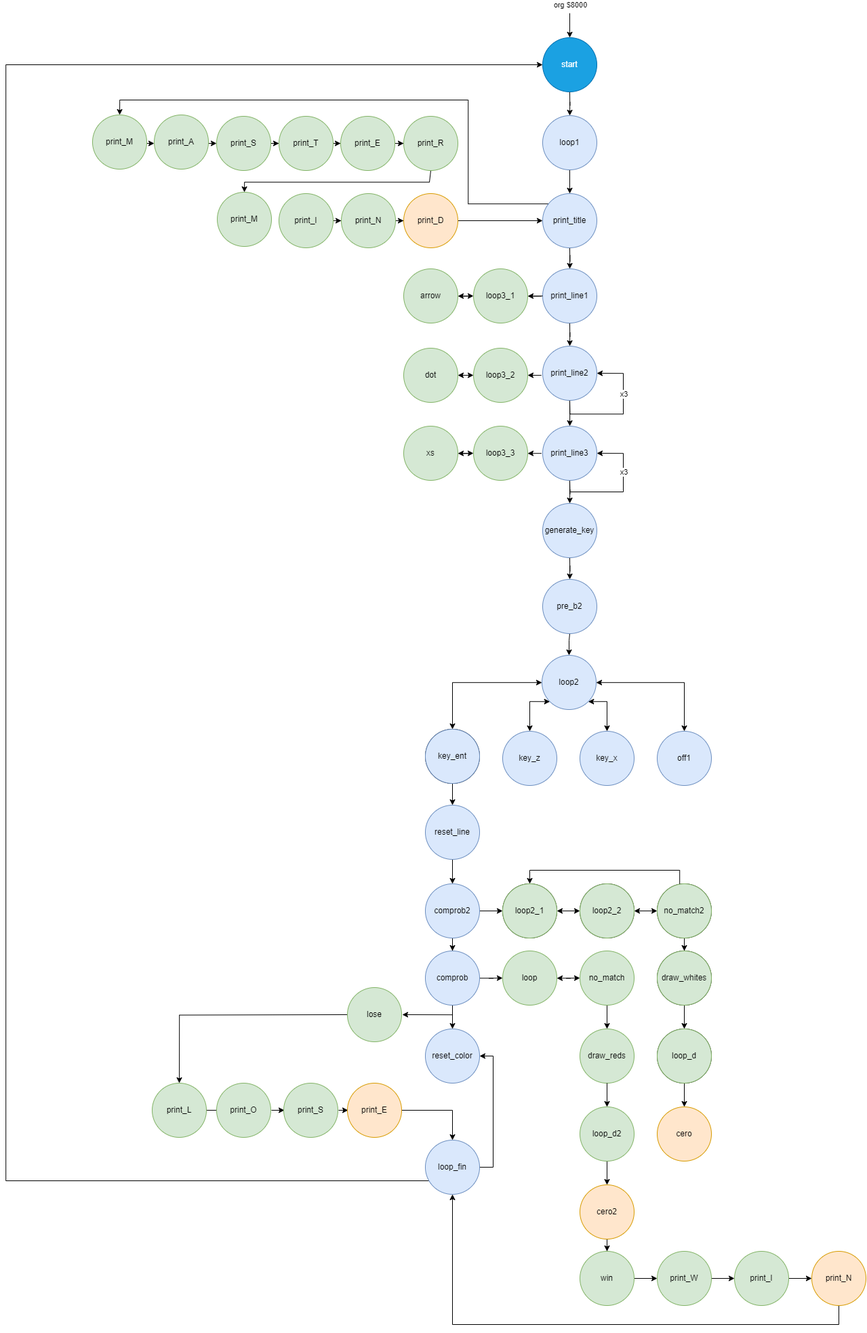
Earlier version of the draw.io export MasterMind diagram.png (saezro/Mastermind-Z80). Source tidied: cells renumbered, new cells last; positions are measured from the earlier drawing's top-left corner, leaving out a move shared by most shapes.
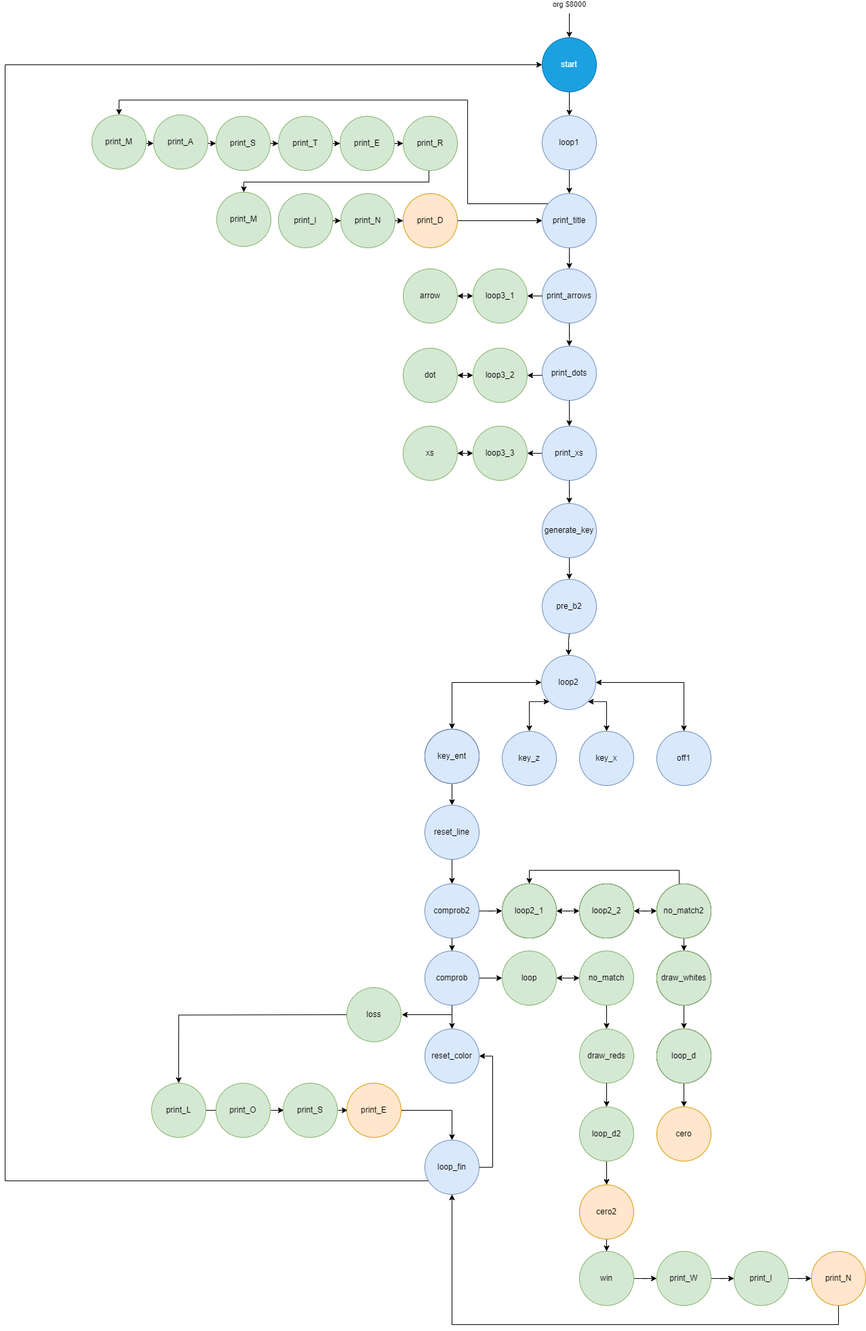
The same diagram one commit later.

The edit, as a diff of the source:
```diff
@@ -42,7 +42,7 @@
     <mxCell id="11" style="edgeStyle=orthogonalEdgeStyle;rounded=0;jettySize=auto;html=1;entryX=0.5;entryY=0;entryDx=0;entryDy=0;" parent="1" edge="1" source="12" target="31">
       <mxGeometry relative="1" as="geometry" />
     </mxCell>
-    <mxCell id="12" value="print_line1" style="ellipse;whiteSpace=wrap;html=1;fillColor=#dae8fc;strokeColor=#6c8ebf;" parent="1" vertex="1">
+    <mxCell id="12" value="print_arrows" style="ellipse;whiteSpace=wrap;html=1;fillColor=#dae8fc;strokeColor=#6c8ebf;" parent="1" vertex="1">
       <mxGeometry x="792" y="377" width="80" height="80" as="geometry" />
     </mxCell>
     <mxCell id="13" style="edgeStyle=orthogonalEdgeStyle;rounded=0;orthogonalLoop=1;jettySize=auto;html=1;entryX=0;entryY=0.5;entryDx=0;entryDy=0;" parent="1" edge="1">
@@ -106,43 +106,15 @@
     <mxCell id="29" style="edgeStyle=orthogonalEdgeStyle;rounded=0;jettySize=auto;html=1;entryX=0.5;entryY=0;entryDx=0;entryDy=0;" parent="1" edge="1" source="31" target="35">
       <mxGeometry relative="1" as="geometry" />
     </mxCell>
-    <mxCell id="30" style="edgeStyle=orthogonalEdgeStyle;rounded=0;orthogonalLoop=1;jettySize=auto;html=1;exitX=0.5;exitY=1;exitDx=0;exitDy=0;entryX=1;entryY=0.5;entryDx=0;entryDy=0;" parent="1" edge="1" source="31" target="31">
-      <mxGeometry relative="1" as="geometry">
-        <Array as="points">
-          <mxPoint x="832" y="591" />
-          <mxPoint x="911" y="591" />
-          <mxPoint x="911" y="531" />
-        </Array>
-      </mxGeometry>
-    </mxCell>
-    <mxCell id="31" value="print_line2" style="ellipse;whiteSpace=wrap;html=1;fillColor=#dae8fc;strokeColor=#6c8ebf;" parent="1" vertex="1">
+    <mxCell id="31" value="print_dots" style="ellipse;whiteSpace=wrap;html=1;fillColor=#dae8fc;strokeColor=#6c8ebf;" parent="1" vertex="1">
       <mxGeometry x="792" y="491" width="80" height="80" as="geometry" />
     </mxCell>
-    <mxCell id="32" value="x3" style="edgeLabel;html=1;align=center;verticalAlign=middle;" parent="1" vertex="1">
-      <mxGeometry x="892" y="540" as="geometry">
-        <mxPoint x="18" y="20" as="offset" />
-      </mxGeometry>
-    </mxCell>
     <mxCell id="33" style="edgeStyle=orthogonalEdgeStyle;rounded=0;jettySize=auto;html=1;entryX=0.5;entryY=0;entryDx=0;entryDy=0;" parent="1" edge="1" source="35" target="38">
       <mxGeometry relative="1" as="geometry" />
     </mxCell>
-    <mxCell id="34" style="edgeStyle=orthogonalEdgeStyle;rounded=0;orthogonalLoop=1;jettySize=auto;html=1;exitX=0.5;exitY=1;exitDx=0;exitDy=0;entryX=1;entryY=0.5;entryDx=0;entryDy=0;" parent="1" edge="1" source="35" target="35">
-      <mxGeometry relative="1" as="geometry">
-        <Array as="points">
-          <mxPoint x="832" y="706" />
-          <mxPoint x="911" y="706" />
-          <mxPoint x="911" y="649" />
-        </Array>
-      </mxGeometry>
-    </mxCell>
-    <mxCell id="35" value="print_line3" style="ellipse;whiteSpace=wrap;html=1;fillColor=#dae8fc;strokeColor=#6c8ebf;" parent="1" vertex="1">
+    <mxCell id="35" value="print_xs" style="ellipse;whiteSpace=wrap;html=1;fillColor=#dae8fc;strokeColor=#6c8ebf;" parent="1" vertex="1">
       <mxGeometry x="792" y="609" width="80" height="80" as="geometry" />
     </mxCell>
-    <mxCell id="36" value="x3" style="edgeLabel;html=1;align=center;verticalAlign=middle;" parent="1" vertex="1">
-      <mxGeometry x="892" y="655" as="geometry">
-        <mxPoint x="18" y="20" as="offset" />
-      </mxGeometry>
-    </mxCell>
     <mxCell id="37" style="edgeStyle=orthogonalEdgeStyle;rounded=0;jettySize=auto;html=1;entryX=0.5;entryY=0;entryDx=0;entryDy=0;" parent="1" edge="1" source="38" target="61">
       <mxGeometry relative="1" as="geometry" />
     </mxCell>
@@ -383,7 +355,7 @@
     <mxCell id="101" value="win" style="ellipse;whiteSpace=wrap;html=1;fillColor=#d5e8d4;strokeColor=#82b366;" parent="1" vertex="1">
       <mxGeometry x="847" y="1826" width="80" height="80" as="geometry" />
     </mxCell>
-    <mxCell id="102" value="lose" style="ellipse;whiteSpace=wrap;html=1;fillColor=#d5e8d4;strokeColor=#82b366;" parent="1" vertex="1">
+    <mxCell id="102" value="loss" style="ellipse;whiteSpace=wrap;html=1;fillColor=#d5e8d4;strokeColor=#82b366;" parent="1" vertex="1">
       <mxGeometry x="504" y="1437" width="80" height="80" as="geometry" />
     </mxCell>
     <mxCell id="103" style="edgeStyle=orthogonalEdgeStyle;rounded=0;jettySize=auto;html=1;entryX=0.5;entryY=0;entryDx=0;entryDy=0;" parent="1" edge="1" source="104" target="68">
```
